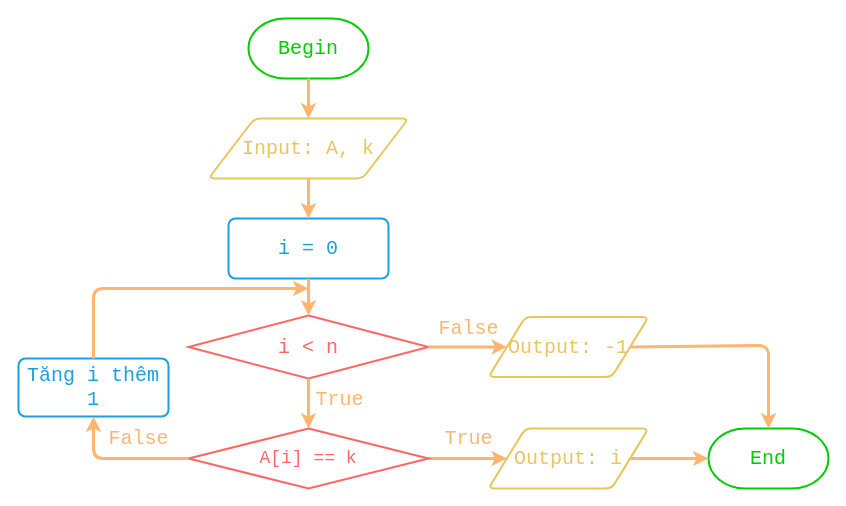
Above: page "linear search flowchart" (1 of 2) of pictures/searching-flowchart.drawio in vtchitruong/vtchitruong.github.io (draw.io), before the change. Source tidied: cells renumbered, new cells numbered last; positions are measured from the earlier drawing's top-left corner, leaving out a move shared by most shapes. Both pictures are drawn from the tidied source at 100%, with x=0, y=0 at pixel (18, 18).
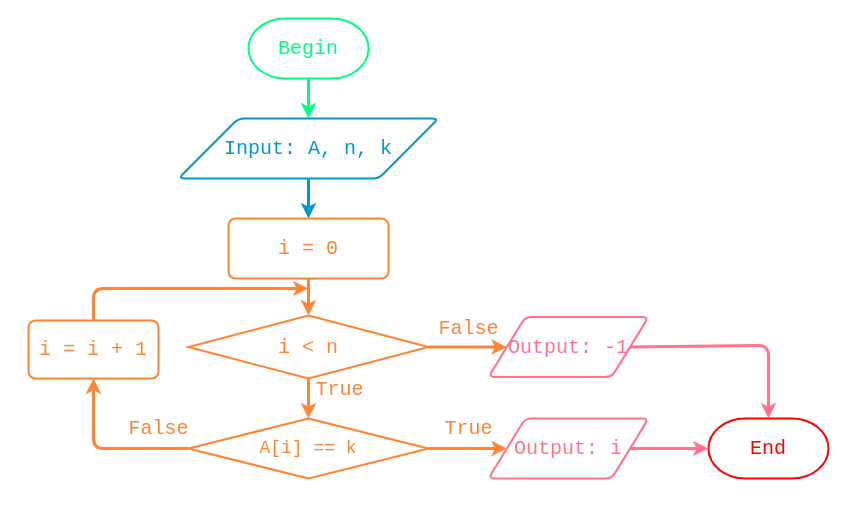
The same diagram, later.

Change to the diagram source:
```diff
@@
-    <mxCell id="2" value="Begin" style="strokeWidth=2;html=1;shape=mxgraph.flowchart.terminator;whiteSpace=wrap;fontSize=20;fontFamily=consolas;strokeColor=#00CC00;fontColor=#00CC00;fillColor=none;" parent="1" vertex="1">
+    <mxCell id="2" value="Begin" style="strokeWidth=2;html=1;shape=mxgraph.flowchart.terminator;whiteSpace=wrap;fontSize=20;fontFamily=consolas;strokeColor=#00FF80;fontColor=#00FF80;fillColor=none;" parent="1" vertex="1">
       <mxGeometry x="230" width="120" height="60" as="geometry" />
     </mxCell>
-    <mxCell id="3" value="i = 0" style="rounded=1;whiteSpace=wrap;html=1;absoluteArcSize=1;arcSize=14;strokeWidth=2;fontFamily=consolas;fontSize=20;strokeColor=#1BA1E2;fontColor=#1BA1E2;fillColor=none;" parent="1" vertex="1">
+    <mxCell id="3" value="i = 0" style="rounded=1;whiteSpace=wrap;html=1;absoluteArcSize=1;arcSize=14;strokeWidth=2;fontFamily=consolas;fontSize=20;strokeColor=#FF8433;fontColor=#FF8433;fillColor=none;" parent="1" vertex="1">
       <mxGeometry x="210" y="200" width="160" height="60" as="geometry" />
     </mxCell>
-    <mxCell id="4" style="endArrow=classic;html=1;fontFamily=consolas;fontSize=20;strokeWidth=3;fillColor=#a20025;strokeColor=#FFB570;exitX=0.5;exitY=1;exitDx=0;exitDy=0;exitPerimeter=0;entryX=0.5;entryY=0;entryDx=0;entryDy=0;" parent="1" edge="1" source="2" target="19">
+    <mxCell id="4" style="endArrow=classic;html=1;fontFamily=consolas;fontSize=20;strokeWidth=3;fillColor=#a20025;strokeColor=#00FF80;exitX=0.5;exitY=1;exitDx=0;exitDy=0;exitPerimeter=0;entryX=0.5;entryY=0;entryDx=0;entryDy=0;" parent="1" edge="1" source="2" target="19">
       <mxGeometry relative="1" as="geometry" />
     </mxCell>
-    <mxCell id="5" style="endArrow=classic;html=1;fontFamily=consolas;fontSize=20;strokeWidth=3;fillColor=#a20025;strokeColor=#FFB570;exitX=0.5;exitY=1;exitDx=0;exitDy=0;entryX=0.5;entryY=0;entryDx=0;entryDy=0;" parent="1" edge="1" source="19" target="3">
+    <mxCell id="5" style="endArrow=classic;html=1;fontFamily=consolas;fontSize=20;strokeWidth=3;fillColor=#a20025;strokeColor=#0099CC;exitX=0.5;exitY=1;exitDx=0;exitDy=0;entryX=0.5;entryY=0;entryDx=0;entryDy=0;" parent="1" edge="1" source="19" target="3">
       <mxGeometry relative="1" as="geometry" />
     </mxCell>
-    <mxCell id="6" value="True" style="endArrow=classic;html=1;fontFamily=consolas;fontSize=20;strokeWidth=3;fillColor=#a20025;strokeColor=#FFB570;exitX=1;exitY=0.5;exitDx=0;exitDy=0;exitPerimeter=0;entryX=0;entryY=0.5;entryDx=0;entryDy=0;fontColor=#FFB570;labelBackgroundColor=none;" parent="1" edge="1" source="12" target="17">
+    <mxCell id="6" value="True" style="endArrow=classic;html=1;fontFamily=consolas;fontSize=20;strokeWidth=3;fillColor=#a20025;strokeColor=#FF8433;exitX=1;exitY=0.5;exitDx=0;exitDy=0;exitPerimeter=0;entryX=0;entryY=0.5;entryDx=0;entryDy=0;fontColor=#FF8433;labelBackgroundColor=none;" parent="1" edge="1" source="12" target="17">
       <mxGeometry x="0.02" y="20" relative="1" as="geometry" />
     </mxCell>
-    <mxCell id="7" value="i &amp;lt; n" style="strokeWidth=2;html=1;shape=mxgraph.flowchart.decision;whiteSpace=wrap;fontFamily=consolas;fontSize=20;strokeColor=#FF6666;fontColor=#FF6666;fillColor=none;" parent="1" vertex="1">
+    <mxCell id="7" value="i &amp;lt; n" style="strokeWidth=2;html=1;shape=mxgraph.flowchart.decision;whiteSpace=wrap;fontFamily=consolas;fontSize=20;strokeColor=#FF8433;fontColor=#FF8433;fillColor=none;" parent="1" vertex="1">
       <mxGeometry x="170" y="297" width="240" height="63" as="geometry" />
     </mxCell>
-    <mxCell id="8" style="endArrow=classic;html=1;fontFamily=consolas;fontSize=20;strokeWidth=3;fillColor=#a20025;strokeColor=#FFB570;exitX=0.5;exitY=1;exitDx=0;exitDy=0;entryX=0.5;entryY=0;entryDx=0;entryDy=0;entryPerimeter=0;" parent="1" edge="1" source="3" target="7">
+    <mxCell id="8" style="endArrow=classic;html=1;fontFamily=consolas;fontSize=20;strokeWidth=3;fillColor=#a20025;strokeColor=#FF8433;exitX=0.5;exitY=1;exitDx=0;exitDy=0;entryX=0.5;entryY=0;entryDx=0;entryDy=0;entryPerimeter=0;" parent="1" edge="1" source="3" target="7">
       <mxGeometry relative="1" as="geometry" />
     </mxCell>
-    <mxCell id="9" value="End" style="strokeWidth=2;html=1;shape=mxgraph.flowchart.terminator;whiteSpace=wrap;fontSize=20;strokeColor=#00CC00;fontColor=#00CC00;fillColor=none;fontFamily=consolas;" parent="1" vertex="1">
-      <mxGeometry x="690" y="410" width="120" height="60" as="geometry" />
+    <mxCell id="9" value="End" style="strokeWidth=2;html=1;shape=mxgraph.flowchart.terminator;whiteSpace=wrap;fontSize=20;strokeColor=#FF0000;fontColor=#FF0000;fillColor=none;fontFamily=consolas;" parent="1" vertex="1">
+      <mxGeometry x="690" y="400" width="120" height="60" as="geometry" />
     </mxCell>
-    <mxCell id="10" value="Tăng i thêm 1" style="rounded=1;whiteSpace=wrap;html=1;absoluteArcSize=1;arcSize=14;strokeWidth=2;fontFamily=consolas;fontSize=20;strokeColor=#1BA1E2;fontColor=#1BA1E2;fillColor=none;" parent="1" vertex="1">
-      <mxGeometry y="340" width="150" height="58" as="geometry" />
+    <mxCell id="10" value="i = i + 1" style="rounded=1;whiteSpace=wrap;html=1;absoluteArcSize=1;arcSize=14;strokeWidth=2;fontFamily=consolas;fontSize=20;strokeColor=#FF8433;fontColor=#FF8433;fillColor=none;" parent="1" vertex="1">
+      <mxGeometry x="10" y="302" width="130" height="58" as="geometry" />
     </mxCell>
-    <mxCell id="11" style="endArrow=classic;html=1;fontFamily=consolas;fontSize=20;strokeWidth=3;fillColor=#a20025;strokeColor=#FFB570;exitX=0.5;exitY=0;exitDx=0;exitDy=0;" parent="1" edge="1" source="10">
+    <mxCell id="11" style="endArrow=classic;html=1;fontFamily=consolas;fontSize=20;strokeWidth=3;fillColor=#a20025;strokeColor=#FF8433;exitX=0.5;exitY=0;exitDx=0;exitDy=0;" parent="1" edge="1" source="10">
       <mxGeometry relative="1" as="geometry">
         <mxPoint x="290" y="270" as="targetPoint" />
         <Array as="points">
           <mxPoint x="75" y="270" />
         </Array>
       </mxGeometry>
     </mxCell>
-    <mxCell id="12" value="A[i] == k" style="strokeWidth=2;html=1;shape=mxgraph.flowchart.decision;whiteSpace=wrap;fontFamily=consolas;fontSize=18;strokeColor=#FF6666;fontColor=#FF6666;fillColor=none;" parent="1" vertex="1">
-      <mxGeometry x="170" y="410" width="240" height="60" as="geometry" />
+    <mxCell id="12" value="A[i] == k" style="strokeWidth=2;html=1;shape=mxgraph.flowchart.decision;whiteSpace=wrap;fontFamily=consolas;fontSize=18;strokeColor=#FF8433;fontColor=#FF8433;fillColor=none;" parent="1" vertex="1">
+      <mxGeometry x="170" y="400" width="240" height="60" as="geometry" />
     </mxCell>
-    <mxCell id="13" style="endArrow=classic;html=1;fontFamily=consolas;fontSize=20;strokeWidth=3;fillColor=#a20025;strokeColor=#FFB570;exitX=0.5;exitY=1;exitDx=0;exitDy=0;entryX=0.5;entryY=0;entryDx=0;entryDy=0;entryPerimeter=0;exitPerimeter=0;" parent="1" edge="1" source="7" target="12">
+    <mxCell id="13" style="endArrow=classic;html=1;fontFamily=consolas;fontSize=20;strokeWidth=3;fillColor=#a20025;strokeColor=#FF8433;exitX=0.5;exitY=1;exitDx=0;exitDy=0;entryX=0.5;entryY=0;entryDx=0;entryDy=0;entryPerimeter=0;exitPerimeter=0;" parent="1" edge="1" source="7" target="12">
       <mxGeometry relative="1" as="geometry" />
     </mxCell>
-    <mxCell id="14" value="True" style="edgeLabel;html=1;align=center;verticalAlign=middle;fontFamily=consolas;fontSize=20;fontColor=#FFB570;labelBackgroundColor=none;" parent="1" vertex="1">
-      <mxGeometry x="320" y="380" as="geometry" />
+    <mxCell id="14" value="True" style="edgeLabel;html=1;align=center;verticalAlign=middle;fontFamily=consolas;fontSize=20;fontColor=#FF8433;labelBackgroundColor=none;" parent="1" vertex="1">
+      <mxGeometry x="320" y="370" as="geometry" />
     </mxCell>
-    <mxCell id="15" value="False" style="endArrow=classic;html=1;fontFamily=consolas;fontSize=20;strokeWidth=3;fillColor=#a20025;strokeColor=#FFB570;exitX=1;exitY=0.5;exitDx=0;exitDy=0;exitPerimeter=0;entryX=0;entryY=0.5;entryDx=0;entryDy=0;fontColor=#FFB570;labelBackgroundColor=none;" parent="1" edge="1" source="7" target="20">
+    <mxCell id="15" value="False" style="endArrow=classic;html=1;fontFamily=consolas;fontSize=20;strokeWidth=3;fillColor=#a20025;strokeColor=#FF8433;exitX=1;exitY=0.5;exitDx=0;exitDy=0;exitPerimeter=0;entryX=0;entryY=0.5;entryDx=0;entryDy=0;fontColor=#FF8433;labelBackgroundColor=none;" parent="1" edge="1" source="7" target="20">
       <mxGeometry x="0.02" y="19" relative="1" as="geometry" />
     </mxCell>
-    <mxCell id="16" value="False" style="endArrow=classic;html=1;fontFamily=consolas;fontSize=20;strokeWidth=3;fillColor=#a20025;strokeColor=#FFB570;exitX=0;exitY=0.5;exitDx=0;exitDy=0;exitPerimeter=0;entryX=0.5;entryY=1;entryDx=0;entryDy=0;fontColor=#FFB570;labelBackgroundColor=none;" parent="1" edge="1" source="12" target="10">
-      <mxGeometry x="-0.27" y="-20" relative="1" as="geometry">
+    <mxCell id="16" value="False" style="endArrow=classic;html=1;fontFamily=consolas;fontSize=20;strokeWidth=3;fillColor=#a20025;strokeColor=#FF8433;exitX=0;exitY=0.5;exitDx=0;exitDy=0;exitPerimeter=0;entryX=0.5;entryY=1;entryDx=0;entryDy=0;fontColor=#FF8433;labelBackgroundColor=none;" parent="1" edge="1" source="12" target="10">
+      <mxGeometry x="-0.64" y="-20" relative="1" as="geometry">
         <Array as="points">
-          <mxPoint x="75" y="440" />
+          <mxPoint x="75" y="430" />
         </Array>
       </mxGeometry>
     </mxCell>
-    <mxCell id="17" value="Output: i" style="shape=parallelogram;html=1;strokeWidth=2;perimeter=parallelogramPerimeter;whiteSpace=wrap;rounded=1;arcSize=12;size=0.23;fontSize=20;fontFamily=consolas;strokeColor=#E8C55D;fontColor=#E8C55D;fillColor=none;" parent="1" vertex="1">
-      <mxGeometry x="470" y="410" width="160" height="60" as="geometry" />
+    <mxCell id="17" value="Output: i" style="shape=parallelogram;html=1;strokeWidth=2;perimeter=parallelogramPerimeter;whiteSpace=wrap;rounded=1;arcSize=12;size=0.23;fontSize=20;fontFamily=consolas;strokeColor=#FF748C;fontColor=#ff748c;fillColor=none;" parent="1" vertex="1">
+      <mxGeometry x="470" y="400" width="160" height="60" as="geometry" />
     </mxCell>
-    <mxCell id="18" style="endArrow=classic;html=1;fontFamily=consolas;fontSize=20;strokeWidth=3;fillColor=#a20025;strokeColor=#FFB570;exitX=1;exitY=0.5;exitDx=0;exitDy=0;" parent="1" edge="1" source="17">
+    <mxCell id="18" style="endArrow=classic;html=1;fontFamily=consolas;fontSize=20;strokeWidth=3;fillColor=#a20025;strokeColor=#FF748C;exitX=1;exitY=0.5;exitDx=0;exitDy=0;fontColor=#ff748c;" parent="1" edge="1" source="17">
       <mxGeometry relative="1" as="geometry">
-        <mxPoint x="690" y="440" as="targetPoint" />
+        <mxPoint x="690" y="430" as="targetPoint" />
       </mxGeometry>
     </mxCell>
-    <mxCell id="19" value="Input: A, k&lt;i&gt;&lt;br&gt;&lt;/i&gt;" style="shape=parallelogram;html=1;strokeWidth=2;perimeter=parallelogramPerimeter;whiteSpace=wrap;rounded=1;arcSize=12;size=0.23;fontSize=20;fontFamily=consolas;strokeColor=#E8C55D;fillColor=none;gradientColor=#ffd966;fontColor=#E8C55D;" parent="1" vertex="1">
-      <mxGeometry x="190" y="100" width="200" height="60" as="geometry" />
+    <mxCell id="19" value="Input: A, n, k&lt;i&gt;&lt;br&gt;&lt;/i&gt;" style="shape=parallelogram;html=1;strokeWidth=2;perimeter=parallelogramPerimeter;whiteSpace=wrap;rounded=1;arcSize=12;size=0.23;fontSize=20;fontFamily=consolas;strokeColor=#0099CC;fillColor=none;gradientColor=#ffd966;fontColor=#0099CC;" parent="1" vertex="1">
+      <mxGeometry x="160" y="100" width="260" height="60" as="geometry" />
     </mxCell>
-    <mxCell id="20" value="Output: -1" style="shape=parallelogram;html=1;strokeWidth=2;perimeter=parallelogramPerimeter;whiteSpace=wrap;rounded=1;arcSize=12;size=0.23;fontSize=20;fontFamily=consolas;strokeColor=#E8C55D;fontColor=#E8C55D;fillColor=none;" parent="1" vertex="1">
+    <mxCell id="20" value="Output: -1" style="shape=parallelogram;html=1;strokeWidth=2;perimeter=parallelogramPerimeter;whiteSpace=wrap;rounded=1;arcSize=12;size=0.23;fontSize=20;fontFamily=consolas;strokeColor=#FF748C;fontColor=#ff748c;fillColor=none;" parent="1" vertex="1">
       <mxGeometry x="470" y="298.5" width="160" height="60" as="geometry" />
     </mxCell>
-    <mxCell id="21" style="endArrow=classic;html=1;fontFamily=consolas;fontSize=20;strokeWidth=3;fillColor=#a20025;strokeColor=#FFB570;exitX=1;exitY=0.5;exitDx=0;exitDy=0;entryX=0.5;entryY=0;entryDx=0;entryDy=0;entryPerimeter=0;" parent="1" edge="1" source="20" target="9">
+    <mxCell id="21" style="endArrow=classic;html=1;fontFamily=consolas;fontSize=20;strokeWidth=3;fillColor=#a20025;strokeColor=#FF748C;exitX=1;exitY=0.5;exitDx=0;exitDy=0;entryX=0.5;entryY=0;entryDx=0;entryDy=0;entryPerimeter=0;fontColor=#ff748c;" parent="1" edge="1" source="20" target="9">
       <mxGeometry relative="1" as="geometry">
         <Array as="points">
           <mxPoint x="750" y="327" />
         </Array>
       </mxGeometry>
     </mxCell>
```
